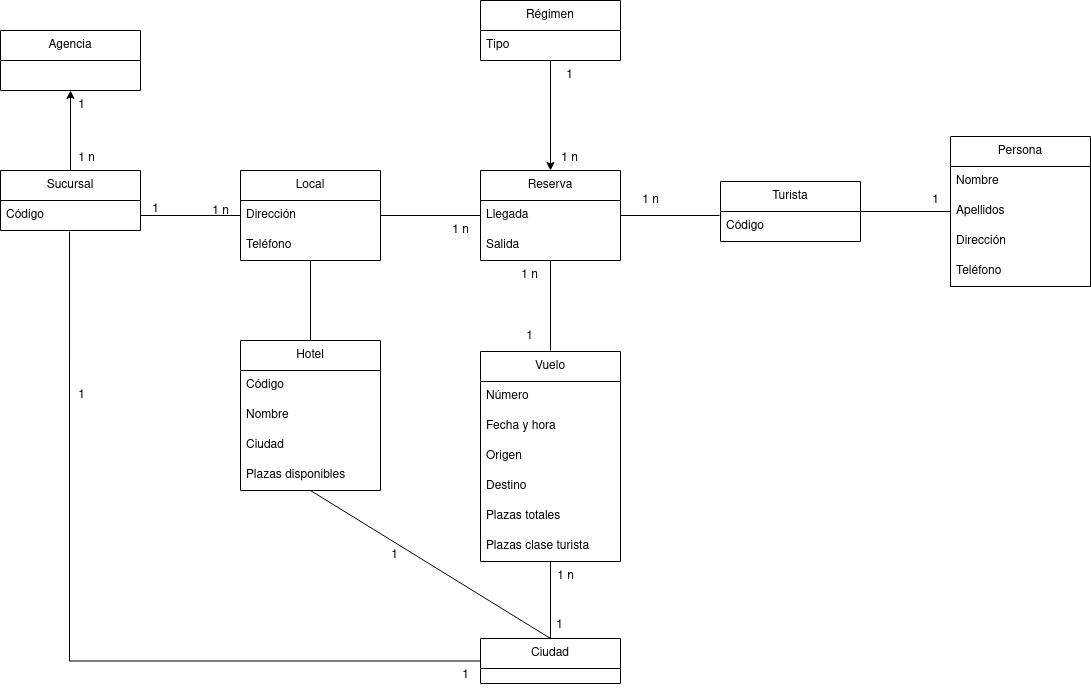
colidom/ets keeps this draw.io diagram as Tema 5. Diagramas de clase/Tarea 2. Agencia viajes/img/AgenciaViajes.drawio.png. Above is the earlier version. Source tidied: cells renumbered, new cells last; positions are measured from the earlier drawing's top-left corner, leaving out a move shared by most shapes.
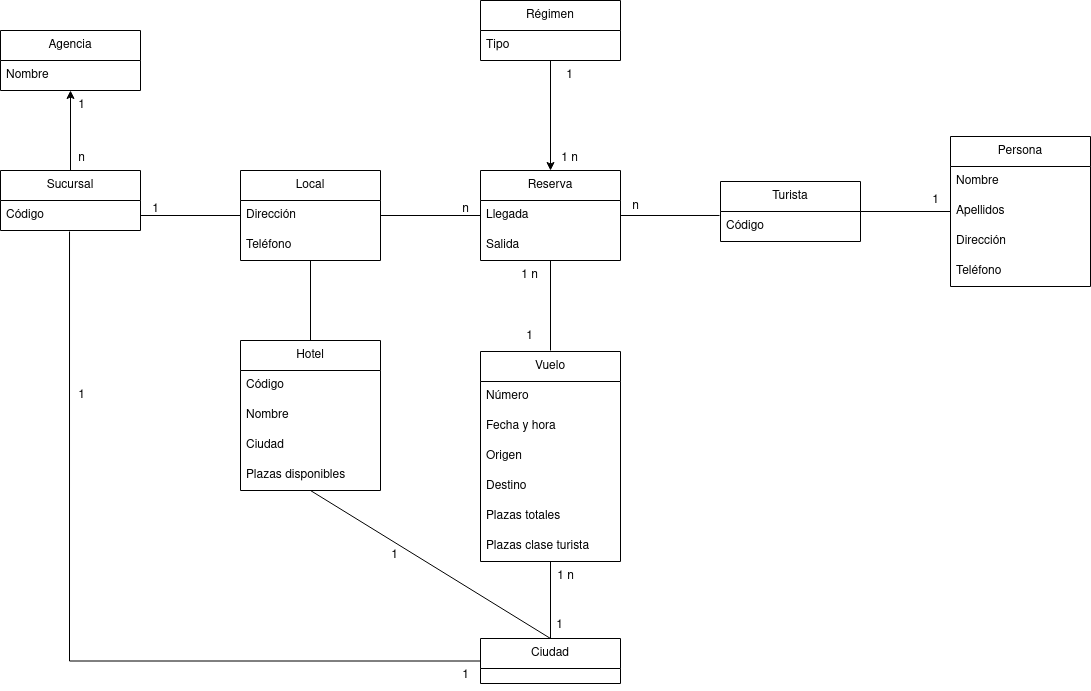
Above is the later version.

The edit, as a diff of the source:
```diff
@@ -58,6 +58,9 @@
     <mxCell id="19" value="Agencia" style="swimlane;fontStyle=0;horizontal=1;startSize=30;whiteSpace=wrap;html=1;" parent="1" vertex="1">
       <mxGeometry y="30" width="140" height="60" as="geometry" />
     </mxCell>
+    <mxCell id="60" value="Nombre" style="text;strokeColor=none;fillColor=none;align=left;verticalAlign=middle;spacingLeft=4;spacingRight=4;overflow=hidden;whiteSpace=wrap;html=1;" parent="19" vertex="1">
+      <mxGeometry y="30" width="140" height="30" as="geometry" />
+    </mxCell>
     <mxCell id="20" value="Hotel" style="swimlane;fontStyle=0;horizontal=1;startSize=30;whiteSpace=wrap;html=1;" parent="1" vertex="1">
       <mxGeometry x="240" y="340" width="140" height="150" as="geometry" />
     </mxCell>
@@ -131,8 +134,8 @@
     <mxCell id="42" value="1" style="text;html=1;align=center;verticalAlign=middle;strokeColor=none;fillColor=none;" parent="1" vertex="1">
       <mxGeometry x="66" y="90" width="30" height="30" as="geometry" />
     </mxCell>
-    <mxCell id="43" value="1 n" style="text;html=1;align=center;verticalAlign=middle;strokeColor=none;fillColor=none;" parent="1" vertex="1">
-      <mxGeometry x="66" y="143" width="40" height="30" as="geometry" />
+    <mxCell id="43" value="n" style="text;html=1;align=center;verticalAlign=middle;strokeColor=none;fillColor=none;" parent="1" vertex="1">
+      <mxGeometry x="66" y="143" width="30" height="30" as="geometry" />
     </mxCell>
     <mxCell id="44" value="1" style="text;html=1;align=center;verticalAlign=middle;strokeColor=none;fillColor=none;" parent="1" vertex="1">
       <mxGeometry x="450" y="660" width="30" height="30" as="geometry" />
@@ -155,17 +158,14 @@
     <mxCell id="50" value="1 n" style="text;html=1;align=center;verticalAlign=middle;strokeColor=none;fillColor=none;" parent="1" vertex="1">
       <mxGeometry x="509" y="260" width="40" height="30" as="geometry" />
     </mxCell>
-    <mxCell id="51" value="1 n" style="text;html=1;align=center;verticalAlign=middle;strokeColor=none;fillColor=none;" parent="1" vertex="1">
-      <mxGeometry x="630" y="185" width="40" height="30" as="geometry" />
+    <mxCell id="51" value="n" style="text;html=1;align=center;verticalAlign=middle;strokeColor=none;fillColor=none;" parent="1" vertex="1">
+      <mxGeometry x="620" y="191" width="30" height="30" as="geometry" />
     </mxCell>
     <mxCell id="52" value="1" style="text;html=1;align=center;verticalAlign=middle;strokeColor=none;fillColor=none;" parent="1" vertex="1">
       <mxGeometry x="140" y="194" width="30" height="30" as="geometry" />
     </mxCell>
-    <mxCell id="53" value="1 n" style="text;html=1;align=center;verticalAlign=middle;strokeColor=none;fillColor=none;" parent="1" vertex="1">
-      <mxGeometry x="200" y="196" width="40" height="30" as="geometry" />
-    </mxCell>
-    <mxCell id="54" value="1 n" style="text;html=1;align=center;verticalAlign=middle;strokeColor=none;fillColor=none;" parent="1" vertex="1">
-      <mxGeometry x="440" y="215" width="40" height="30" as="geometry" />
+    <mxCell id="54" value="n" style="text;html=1;align=center;verticalAlign=middle;strokeColor=none;fillColor=none;" parent="1" vertex="1">
+      <mxGeometry x="450" y="194" width="30" height="30" as="geometry" />
     </mxCell>
     <mxCell id="55" value="Régimen" style="swimlane;fontStyle=0;horizontal=1;startSize=30;whiteSpace=wrap;html=1;" parent="1" vertex="1">
       <mxGeometry x="480" width="140" height="60" as="geometry" />
```
